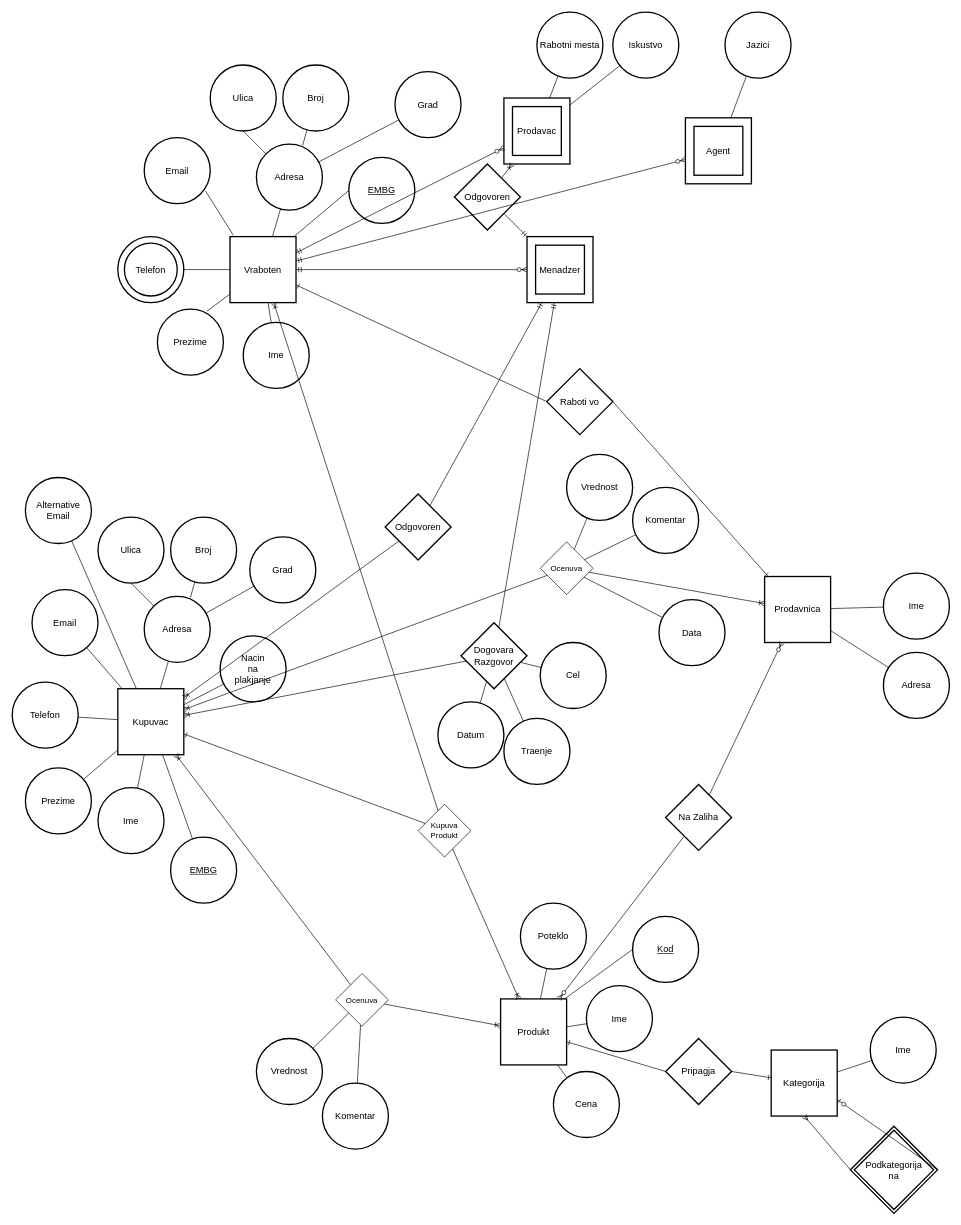
Crypter/Chernobyl keeps this draw.io diagram as LAB1.drawio. Above is the earlier version. Source tidied: cells renumbered, new cells numbered last; positions are measured from the earlier drawing's top-left corner, leaving out a move shared by most shapes. Both pictures are drawn from the tidied source at 66%, with x=0, y=0 at pixel (12, 12).
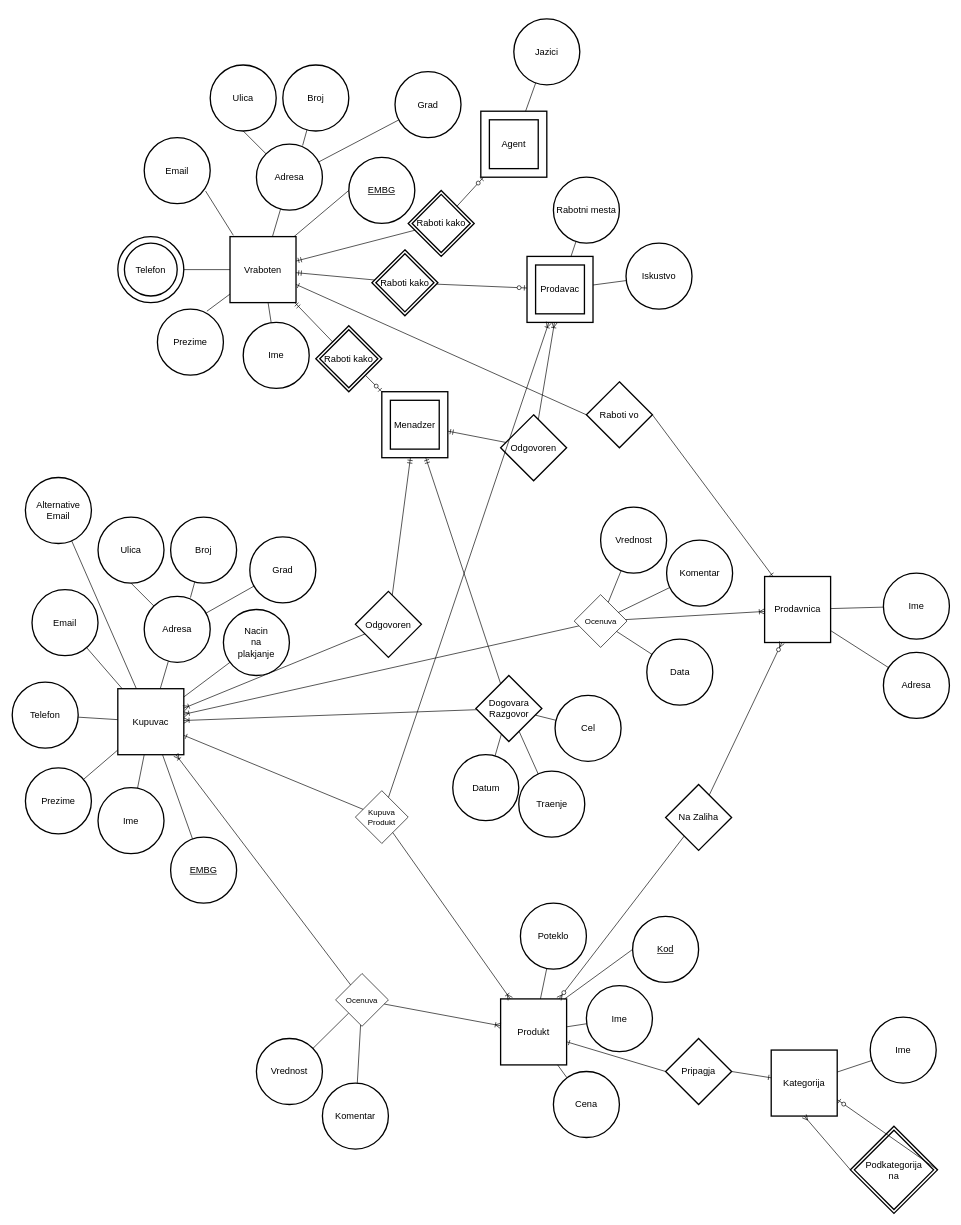
The same diagram, later.

Unchanged cells that the change refers to:
```xml
<mxCell id="2" value="&lt;div&gt;Vraboten&lt;/div&gt;" style="strokeWidth=2;whiteSpace=wrap;html=1;align=center;fontSize=14;" parent="1" vertex="1">
  <mxGeometry x="330" y="340" width="100" height="100" as="geometry" />
</mxCell>
```

The edit, as a diff of the source:
```diff
@@
     <mxCell id="54" value="&lt;div&gt;Nacin&lt;/div&gt;&lt;div&gt;na&lt;/div&gt;&lt;div&gt;plakjanje&lt;br&gt;&lt;/div&gt;" style="ellipse;shape=ellipse;margin=10;strokeWidth=2;fontSize=14;whiteSpace=wrap;html=1;align=center;gradientColor=#ffffff;" parent="1" vertex="1">
-      <mxGeometry x="315" y="945" width="100" height="100" as="geometry" />
+      <mxGeometry x="320" y="905" width="100" height="100" as="geometry" />
     </mxCell>
@@
     <mxCell id="64" value="Prodavac" style="shape=ext;strokeWidth=2;margin=10;double=1;whiteSpace=wrap;html=1;align=center;fontSize=14;gradientColor=#ffffff;" parent="1" vertex="1">
-      <mxGeometry x="745" y="130" width="100" height="100" as="geometry" />
+      <mxGeometry x="780" y="370" width="100" height="100" as="geometry" />
     </mxCell>
     <mxCell id="65" value="Rabotni mesta" style="ellipse;shape=ellipse;margin=10;strokeWidth=2;fontSize=14;whiteSpace=wrap;html=1;align=center;gradientColor=#ffffff;" parent="1" vertex="1">
-      <mxGeometry x="795" width="100" height="100" as="geometry" />
+      <mxGeometry x="820" y="250" width="100" height="100" as="geometry" />
     </mxCell>
     <mxCell id="66" value="Iskustvo" style="ellipse;shape=ellipse;margin=10;strokeWidth=2;fontSize=14;whiteSpace=wrap;html=1;align=center;gradientColor=#ffffff;" parent="1" vertex="1">
-      <mxGeometry x="910" width="100" height="100" as="geometry" />
+      <mxGeometry x="930" y="350" width="100" height="100" as="geometry" />
     </mxCell>
@@
     <mxCell id="69" value="Agent" style="shape=ext;strokeWidth=2;margin=10;double=1;whiteSpace=wrap;html=1;align=center;fontSize=14;gradientColor=#ffffff;" parent="1" vertex="1">
-      <mxGeometry x="1020" y="160" width="100" height="100" as="geometry" />
+      <mxGeometry x="710" y="150" width="100" height="100" as="geometry" />
     </mxCell>
     <mxCell id="70" value="Jazici" style="ellipse;shape=ellipse;margin=10;strokeWidth=2;fontSize=14;whiteSpace=wrap;html=1;align=center;gradientColor=#ffffff;" parent="1" vertex="1">
-      <mxGeometry x="1080" width="100" height="100" as="geometry" />
+      <mxGeometry x="760" y="10" width="100" height="100" as="geometry" />
     </mxCell>
@@
     <mxCell id="72" value="Menadzer" style="shape=ext;strokeWidth=2;margin=10;double=1;whiteSpace=wrap;html=1;align=center;fontSize=14;gradientColor=#ffffff;" parent="1" vertex="1">
-      <mxGeometry x="780" y="340" width="100" height="100" as="geometry" />
+      <mxGeometry x="560" y="575" width="100" height="100" as="geometry" />
     </mxCell>
     <mxCell id="73" value="&lt;div&gt;Odgovoren&lt;/div&gt;" style="shape=rhombus;strokeWidth=2;fontSize=17;perimeter=rhombusPerimeter;whiteSpace=wrap;html=1;align=center;fontSize=14;gradientColor=#ffffff;" parent="1" vertex="1">
-      <mxGeometry x="670" y="230" width="100" height="100" as="geometry" />
+      <mxGeometry x="740" y="610" width="100" height="100" as="geometry" />
     </mxCell>
@@
-    <mxCell id="76" style="fontSize=12;html=1;endArrow=ERzeroToMany;startArrow=ERmandOne;" parent="1" edge="1" source="2" target="64">
-      <mxGeometry relative="1" as="geometry" />
-    </mxCell>
-    <mxCell id="77" style="fontSize=12;html=1;endArrow=ERzeroToMany;startArrow=ERmandOne;" parent="1" edge="1" source="2" target="69">
-      <mxGeometry relative="1" as="geometry" />
-    </mxCell>
-    <mxCell id="78" style="fontSize=12;html=1;endArrow=ERzeroToMany;startArrow=ERmandOne;" parent="1" edge="1" source="2" target="72">
-      <mxGeometry relative="1" as="geometry" />
-    </mxCell>
@@
     <mxCell id="85" value="&lt;div&gt;Raboti vo&lt;/div&gt;" style="shape=rhombus;strokeWidth=2;fontSize=17;perimeter=rhombusPerimeter;whiteSpace=wrap;html=1;align=center;fontSize=14;gradientColor=#ffffff;" parent="1" vertex="1">
-      <mxGeometry x="810" y="540" width="100" height="100" as="geometry" />
+      <mxGeometry x="870" y="560" width="100" height="100" as="geometry" />
     </mxCell>
@@
     <mxCell id="88" value="&lt;div&gt;Odgovoren&lt;/div&gt;" style="shape=rhombus;strokeWidth=2;fontSize=17;perimeter=rhombusPerimeter;whiteSpace=wrap;html=1;align=center;fontSize=14;gradientColor=#ffffff;" parent="1" vertex="1">
-      <mxGeometry x="565" y="730" width="100" height="100" as="geometry" />
+      <mxGeometry x="520" y="877.5" width="100" height="100" as="geometry" />
     </mxCell>
@@
     <mxCell id="91" value="&lt;div&gt;Dogovara&lt;/div&gt;&lt;div&gt;Razgovor&lt;br&gt;&lt;/div&gt;" style="shape=rhombus;strokeWidth=2;fontSize=17;perimeter=rhombusPerimeter;whiteSpace=wrap;html=1;align=center;fontSize=14;gradientColor=#ffffff;" parent="1" vertex="1">
-      <mxGeometry x="680" y="925" width="100" height="100" as="geometry" />
+      <mxGeometry x="702.5" y="1005" width="100" height="100" as="geometry" />
     </mxCell>
@@
     <mxCell id="94" value="&lt;div&gt;Datum&lt;/div&gt;" style="ellipse;shape=ellipse;margin=10;strokeWidth=2;fontSize=14;whiteSpace=wrap;html=1;align=center;gradientColor=#ffffff;" parent="1" vertex="1">
-      <mxGeometry x="645" y="1045" width="100" height="100" as="geometry" />
+      <mxGeometry x="667.5" y="1125" width="100" height="100" as="geometry" />
     </mxCell>
     <mxCell id="95" value="Traenje" style="ellipse;shape=ellipse;margin=10;strokeWidth=2;fontSize=14;whiteSpace=wrap;html=1;align=center;gradientColor=#ffffff;" parent="1" vertex="1">
-      <mxGeometry x="745" y="1070" width="100" height="100" as="geometry" />
+      <mxGeometry x="767.5" y="1150" width="100" height="100" as="geometry" />
     </mxCell>
     <mxCell id="96" value="Cel" style="ellipse;shape=ellipse;margin=10;strokeWidth=2;fontSize=14;whiteSpace=wrap;html=1;align=center;gradientColor=#ffffff;" parent="1" vertex="1">
-      <mxGeometry x="800" y="955" width="100" height="100" as="geometry" />
+      <mxGeometry x="822.5" y="1035" width="100" height="100" as="geometry" />
     </mxCell>
@@
     <mxCell id="100" value="&lt;div&gt;Kupuva Produkt&lt;br&gt;&lt;/div&gt;" style="rhombus;whiteSpace=wrap;html=1;" parent="1" vertex="1">
-      <mxGeometry x="615" y="1200" width="80" height="80" as="geometry" />
+      <mxGeometry x="520" y="1179.5" width="80" height="80" as="geometry" />
     </mxCell>
-    <mxCell id="101" style="fontSize=12;html=1;endArrow=ERoneToMany;" parent="1" edge="1" source="100" target="2">
+    <mxCell id="101" style="fontSize=12;html=1;endArrow=ERoneToMany;" parent="1" edge="1" source="100" target="64">
       <mxGeometry relative="1" as="geometry" />
     </mxCell>
@@
     <mxCell id="110" value="Vrednost" style="ellipse;shape=ellipse;margin=10;strokeWidth=2;fontSize=14;whiteSpace=wrap;html=1;align=center;gradientColor=#ffffff;" parent="1" vertex="1">
-      <mxGeometry x="840" y="670" width="100" height="100" as="geometry" />
+      <mxGeometry x="891.5" y="750" width="100" height="100" as="geometry" />
     </mxCell>
@@
     <mxCell id="112" value="Ocenuva" style="rhombus;whiteSpace=wrap;html=1;" parent="1" vertex="1">
-      <mxGeometry x="800" y="802.5" width="80" height="80" as="geometry" />
+      <mxGeometry x="851.5" y="882.5" width="80" height="80" as="geometry" />
     </mxCell>
@@
     <mxCell id="114" value="Komentar" style="ellipse;shape=ellipse;margin=10;strokeWidth=2;fontSize=14;whiteSpace=wrap;html=1;align=center;gradientColor=#ffffff;" parent="1" vertex="1">
-      <mxGeometry x="940" y="720" width="100" height="100" as="geometry" />
+      <mxGeometry x="991.5" y="800" width="100" height="100" as="geometry" />
     </mxCell>
@@
     <mxCell id="118" value="Data" style="ellipse;shape=ellipse;margin=10;strokeWidth=2;fontSize=14;whiteSpace=wrap;html=1;align=center;gradientColor=#ffffff;" parent="1" vertex="1">
-      <mxGeometry x="980" y="890" width="100" height="100" as="geometry" />
+      <mxGeometry x="961.5" y="950" width="100" height="100" as="geometry" />
     </mxCell>
@@
+    <mxCell id="120" value="Raboti kako" style="shape=rhombus;double=1;strokeWidth=2;fontSize=17;perimeter=rhombusPerimeter;whiteSpace=wrap;html=1;align=center;fontSize=14;" parent="1" vertex="1">
+      <mxGeometry x="600" y="270" width="100" height="100" as="geometry" />
+    </mxCell>
+    <mxCell id="121" style="fontSize=12;html=1;endArrow=ERmandOne;" parent="1" edge="1" source="120" target="2">
+      <mxGeometry relative="1" as="geometry" />
+    </mxCell>
+    <mxCell id="122" value="Raboti kako" style="shape=rhombus;double=1;strokeWidth=2;fontSize=17;perimeter=rhombusPerimeter;whiteSpace=wrap;html=1;align=center;fontSize=14;" parent="1" vertex="1">
+      <mxGeometry x="545" y="360" width="100" height="100" as="geometry" />
+    </mxCell>
+    <mxCell id="123" style="fontSize=12;html=1;endArrow=ERmandOne;" parent="1" edge="1" source="122" target="2">
+      <mxGeometry relative="1" as="geometry" />
+    </mxCell>
+    <mxCell id="124" value="Raboti kako" style="shape=rhombus;double=1;strokeWidth=2;fontSize=17;perimeter=rhombusPerimeter;whiteSpace=wrap;html=1;align=center;fontSize=14;" parent="1" vertex="1">
+      <mxGeometry x="460" y="475" width="100" height="100" as="geometry" />
+    </mxCell>
+    <mxCell id="125" style="fontSize=12;html=1;endArrow=ERmandOne;" parent="1" edge="1" source="124" target="2">
+      <mxGeometry relative="1" as="geometry" />
+    </mxCell>
+    <mxCell id="126" style="fontSize=12;html=1;endArrow=ERzeroToOne;endFill=1;" parent="1" edge="1" source="124" target="72">
+      <mxGeometry relative="1" as="geometry" />
+    </mxCell>
+    <mxCell id="127" style="fontSize=12;html=1;endArrow=ERzeroToOne;endFill=1;" parent="1" edge="1" source="122" target="64">
+      <mxGeometry relative="1" as="geometry" />
+    </mxCell>
+    <mxCell id="128" style="fontSize=12;html=1;endArrow=ERzeroToOne;endFill=1;" parent="1" edge="1" source="120" target="69">
+      <mxGeometry relative="1" as="geometry" />
+    </mxCell>
```
